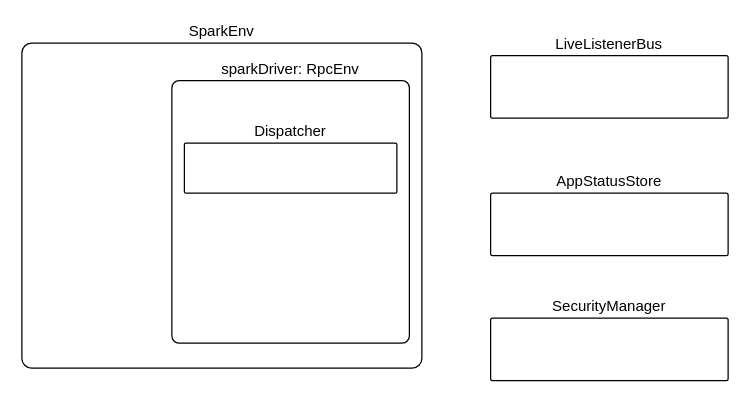
This is Untitled Diagram.drawio from jtLiBrain/docs, a draw.io file, before an edit. Source tidied: cells renumbered, new cells numbered last; positions are measured from the earlier drawing's top-left corner, leaving out a move shared by most shapes. Both pictures are drawn from the tidied source at 125%, with x=0, y=0 at pixel (21, 42).
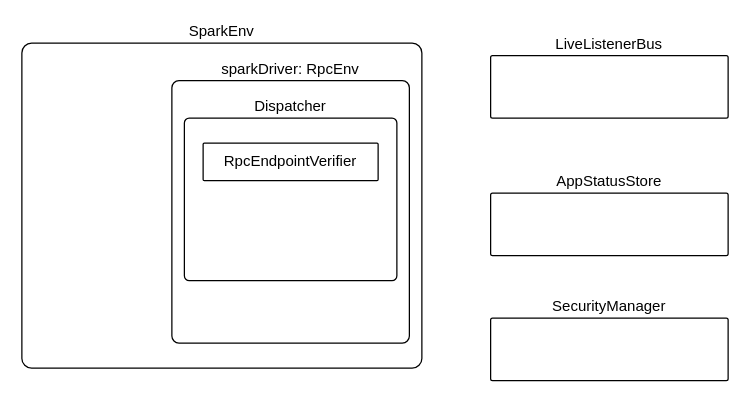
After the change.

Change to the diagram source:
```diff
@@
 <mxGraphModel background="#ffffff">
   <root>
     <mxCell id="0" />
     <mxCell id="1" parent="0" />
     <mxCell id="2" value="SparkEnv" style="rounded=1;whiteSpace=wrap;html=1;arcSize=3;labelPosition=center;verticalLabelPosition=top;align=center;verticalAlign=bottom;" parent="1" vertex="1">
       <mxGeometry width="320" height="260" as="geometry" />
     </mxCell>
     <mxCell id="3" value="sparkDriver: RpcEnv" style="rounded=1;whiteSpace=wrap;html=1;arcSize=3;labelPosition=center;verticalLabelPosition=top;align=center;verticalAlign=bottom;" parent="1" vertex="1">
       <mxGeometry x="120" y="30" width="190" height="210" as="geometry" />
     </mxCell>
     <mxCell id="4" value="LiveListenerBus" style="rounded=1;whiteSpace=wrap;html=1;arcSize=3;labelPosition=center;verticalLabelPosition=top;align=center;verticalAlign=bottom;" parent="1" vertex="1">
       <mxGeometry x="375" y="10" width="190" height="50" as="geometry" />
     </mxCell>
     <mxCell id="5" value="AppStatusStore" style="rounded=1;whiteSpace=wrap;html=1;arcSize=3;labelPosition=center;verticalLabelPosition=top;align=center;verticalAlign=bottom;" parent="1" vertex="1">
       <mxGeometry x="375" y="120" width="190" height="50" as="geometry" />
     </mxCell>
     <mxCell id="6" value="SecurityManager" style="rounded=1;whiteSpace=wrap;html=1;arcSize=3;labelPosition=center;verticalLabelPosition=top;align=center;verticalAlign=bottom;" parent="1" vertex="1">
       <mxGeometry x="375" y="220" width="190" height="50" as="geometry" />
     </mxCell>
     <mxCell id="7" value="Dispatcher" style="rounded=1;whiteSpace=wrap;html=1;arcSize=3;labelPosition=center;verticalLabelPosition=top;align=center;verticalAlign=bottom;" parent="1" vertex="1">
-      <mxGeometry x="130" y="80" width="170" height="40" as="geometry" />
+      <mxGeometry x="130" y="60" width="170" height="130" as="geometry" />
     </mxCell>
+    <mxCell id="8" value="RpcEndpointVerifier" style="rounded=1;whiteSpace=wrap;html=1;arcSize=3;labelPosition=center;verticalLabelPosition=middle;align=center;verticalAlign=middle;" parent="1" vertex="1">
+      <mxGeometry x="145" y="80" width="140" height="30" as="geometry" />
+    </mxCell>
   </root>
 </mxGraphModel>
```
